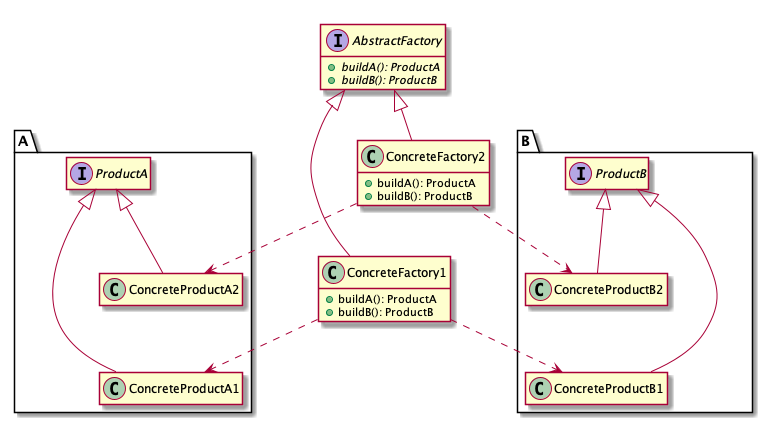
The PlantUML diagram creation/abstract_factory/uml/abstract_factory_cd.png in ace-lectures/pattern-repository, before a commit.
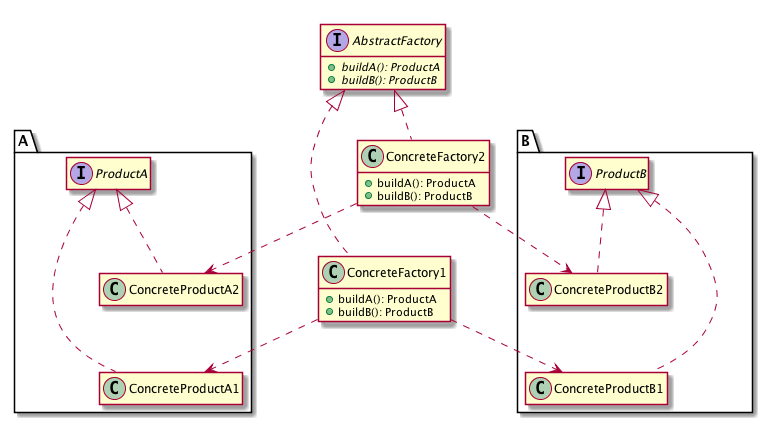
After the change.

What changed in the source:
```diff
@@ -21,8 +21,8 @@
   }
 }
 
-AbstractFactory <|-- ConcreteFactory1
-AbstractFactory <|-- ConcreteFactory2
+AbstractFactory <|.. ConcreteFactory1
+AbstractFactory <|.. ConcreteFactory2
 
 package A {
 
@@ -32,8 +32,8 @@
 
 ConcreteProductA2 .[hidden]. ConcreteProductA1
 
-ProductA <|-- ConcreteProductA1
-ProductA <|-- ConcreteProductA2
+ProductA <|.. ConcreteProductA1
+ProductA <|.. ConcreteProductA2
 
 }
 
@@ -45,8 +45,8 @@
 
 ConcreteProductB2 .[hidden]. ConcreteProductB1
 
-ProductB <|-- ConcreteProductB1
-ProductB <|-- ConcreteProductB2
+ProductB <|.. ConcreteProductB1
+ProductB <|.. ConcreteProductB2
 
 }
 
```
